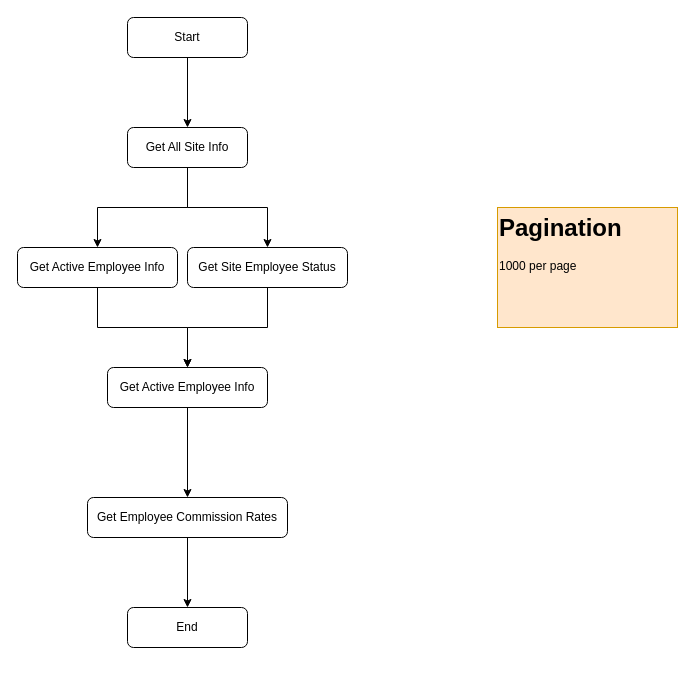
SmileSB1O1/draw-active keeps this draw.io diagram as Hawker-Profile-Flow.drawio. Above is the earlier version. Source tidied: cells renumbered, new cells numbered last; positions are measured from the earlier drawing's top-left corner, leaving out a move shared by most shapes. Both pictures are drawn from the tidied source at 100%, with x=0, y=0 at pixel (17, 17).
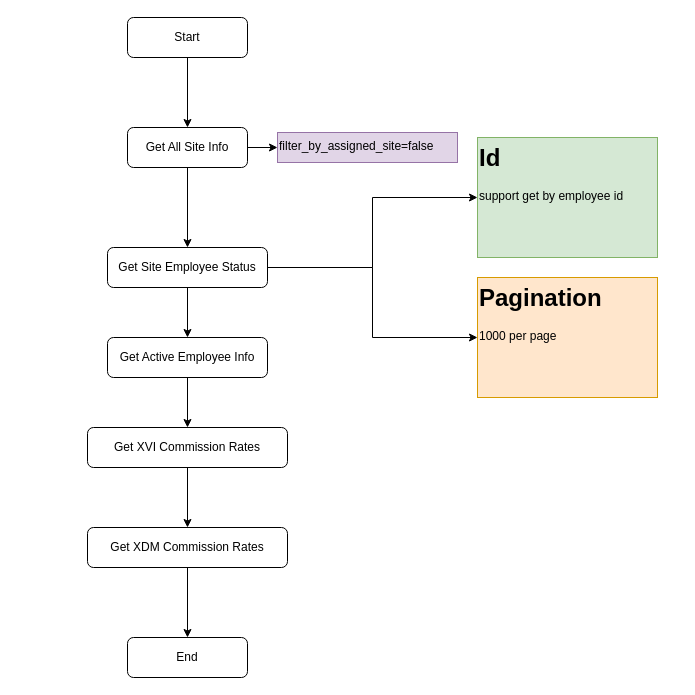
Above is the later version.

Unchanged cells that the change refers to:
```xml
<mxCell id="8" value="Get All Site Info" style="rounded=1;whiteSpace=wrap;html=1;fontSize=12;glass=0;strokeWidth=1;shadow=0;" parent="1" vertex="1">
  <mxGeometry x="110" y="110" width="120" height="40" as="geometry" />
</mxCell>
```

Change to the diagram source:
```diff
@@
-    <mxCell id="4" style="edgeStyle=orthogonalEdgeStyle;rounded=0;jettySize=auto;html=1;" parent="1" edge="1" source="5" target="13">
-      <mxGeometry relative="1" as="geometry" />
-    </mxCell>
-    <mxCell id="5" value="Get Active Employee Info" style="rounded=1;whiteSpace=wrap;html=1;fontSize=12;glass=0;strokeWidth=1;shadow=0;" parent="1" vertex="1">
-      <mxGeometry x="90" y="350" width="160" height="40" as="geometry" />
-    </mxCell>
@@
-    <mxCell id="7" style="edgeStyle=orthogonalEdgeStyle;rounded=0;jettySize=auto;html=1;exitX=0.5;exitY=1;exitDx=0;exitDy=0;" parent="1" edge="1" source="8" target="15">
-      <mxGeometry relative="1" as="geometry" />
-    </mxCell>
+    <mxCell id="17" style="edgeStyle=orthogonalEdgeStyle;rounded=0;jettySize=auto;html=1;exitX=1;exitY=0.5;exitDx=0;exitDy=0;" parent="1" edge="1" source="8" target="27">
+      <mxGeometry relative="1" as="geometry" />
+    </mxCell>
@@
-    <mxCell id="9" style="edgeStyle=orthogonalEdgeStyle;rounded=0;jettySize=auto;html=1;" parent="1" edge="1" source="10" target="5">
-      <mxGeometry relative="1" as="geometry" />
-    </mxCell>
+    <mxCell id="18" style="edgeStyle=orthogonalEdgeStyle;rounded=0;jettySize=auto;html=1;exitX=1;exitY=0.5;exitDx=0;exitDy=0;entryX=0;entryY=0.5;entryDx=0;entryDy=0;" parent="1" edge="1" source="10" target="22">
+      <mxGeometry relative="1" as="geometry" />
+    </mxCell>
+    <mxCell id="19" style="edgeStyle=orthogonalEdgeStyle;rounded=0;jettySize=auto;html=1;exitX=1;exitY=0.5;exitDx=0;exitDy=0;entryX=0;entryY=0.5;entryDx=0;entryDy=0;" parent="1" edge="1" source="10" target="16">
+      <mxGeometry relative="1" as="geometry" />
+    </mxCell>
+    <mxCell id="20" style="edgeStyle=orthogonalEdgeStyle;rounded=0;jettySize=auto;html=1;" parent="1" edge="1" source="10" target="26">
+      <mxGeometry relative="1" as="geometry" />
+    </mxCell>
     <mxCell id="10" value="Get Site Employee Status" style="rounded=1;whiteSpace=wrap;html=1;fontSize=12;glass=0;strokeWidth=1;shadow=0;" parent="1" vertex="1">
-      <mxGeometry x="170" y="230" width="160" height="40" as="geometry" />
+      <mxGeometry x="90" y="230" width="160" height="40" as="geometry" />
     </mxCell>
     <mxCell id="11" value="End" style="rounded=1;whiteSpace=wrap;html=1;fontSize=12;glass=0;strokeWidth=1;shadow=0;" parent="1" vertex="1">
-      <mxGeometry x="110" y="590" width="120" height="40" as="geometry" />
+      <mxGeometry x="110" y="620" width="120" height="40" as="geometry" />
     </mxCell>
-    <mxCell id="12" style="edgeStyle=orthogonalEdgeStyle;rounded=0;jettySize=auto;html=1;entryX=0.5;entryY=0;entryDx=0;entryDy=0;" parent="1" edge="1" source="13" target="11">
-      <mxGeometry relative="1" as="geometry" />
-    </mxCell>
+    <mxCell id="21" style="edgeStyle=orthogonalEdgeStyle;rounded=0;jettySize=auto;html=1;" parent="1" edge="1" source="13" target="24">
+      <mxGeometry relative="1" as="geometry" />
+    </mxCell>
-    <mxCell id="13" value="Get Employee Commission Rates" style="rounded=1;whiteSpace=wrap;html=1;fontSize=12;glass=0;strokeWidth=1;shadow=0;" parent="1" vertex="1">
-      <mxGeometry x="70" y="480" width="200" height="40" as="geometry" />
+    <mxCell id="13" value="Get XVI Commission Rates" style="rounded=1;whiteSpace=wrap;html=1;fontSize=12;glass=0;strokeWidth=1;shadow=0;" parent="1" vertex="1">
+      <mxGeometry x="70" y="410" width="200" height="40" as="geometry" />
     </mxCell>
-    <mxCell id="14" style="edgeStyle=orthogonalEdgeStyle;rounded=0;jettySize=auto;html=1;entryX=0.5;entryY=0;entryDx=0;entryDy=0;" parent="1" edge="1" source="15" target="5">
-      <mxGeometry relative="1" as="geometry" />
-    </mxCell>
-    <mxCell id="15" value="Get Active Employee Info" style="rounded=1;whiteSpace=wrap;html=1;fontSize=12;glass=0;strokeWidth=1;shadow=0;" parent="1" vertex="1">
-      <mxGeometry y="230" width="160" height="40" as="geometry" />
-    </mxCell>
     <mxCell id="16" value="&lt;h1 style=&quot;margin-top: 0px;&quot;&gt;Pagination&lt;/h1&gt;&lt;p&gt;1000 per page&lt;/p&gt;" style="text;html=1;whiteSpace=wrap;overflow=hidden;rounded=0;fillColor=#ffe6cc;strokeColor=#d79b00;" parent="1" vertex="1">
-      <mxGeometry x="480" y="190" width="180" height="120" as="geometry" />
+      <mxGeometry x="460" y="260" width="180" height="120" as="geometry" />
     </mxCell>
+    <mxCell id="22" value="&lt;h1 style=&quot;margin-top: 0px;&quot;&gt;Id&lt;/h1&gt;&lt;p&gt;support get by employee id&lt;/p&gt;" style="text;html=1;whiteSpace=wrap;overflow=hidden;rounded=0;fillColor=#d5e8d4;strokeColor=#82b366;" parent="1" vertex="1">
+      <mxGeometry x="460" y="120" width="180" height="120" as="geometry" />
+    </mxCell>
+    <mxCell id="23" style="edgeStyle=orthogonalEdgeStyle;rounded=0;jettySize=auto;html=1;exitX=0.5;exitY=1;exitDx=0;exitDy=0;" parent="1" edge="1" source="24" target="11">
+      <mxGeometry relative="1" as="geometry" />
+    </mxCell>
+    <mxCell id="24" value="Get XDM Commission Rates" style="rounded=1;whiteSpace=wrap;html=1;fontSize=12;glass=0;strokeWidth=1;shadow=0;" parent="1" vertex="1">
+      <mxGeometry x="70" y="510" width="200" height="40" as="geometry" />
+    </mxCell>
+    <mxCell id="25" style="edgeStyle=orthogonalEdgeStyle;rounded=0;jettySize=auto;html=1;" parent="1" edge="1" source="26" target="13">
+      <mxGeometry relative="1" as="geometry" />
+    </mxCell>
+    <mxCell id="26" value="Get Active Employee Info" style="rounded=1;whiteSpace=wrap;html=1;fontSize=12;glass=0;strokeWidth=1;shadow=0;" parent="1" vertex="1">
+      <mxGeometry x="90" y="320" width="160" height="40" as="geometry" />
+    </mxCell>
+    <mxCell id="27" value="filter_by_assigned_site=false" style="text;html=1;whiteSpace=wrap;overflow=hidden;rounded=0;fillColor=#e1d5e7;strokeColor=#9673a6;" parent="1" vertex="1">
+      <mxGeometry x="260" y="115" width="180" height="30" as="geometry" />
+    </mxCell>
```
